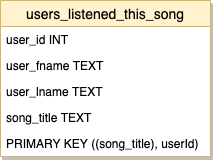
Above: images/users_listened_this_song.png in nataliamele/DEND_Project_1B (draw.io), before the change. Source tidied: cells renumbered, new cells last; positions are measured from the earlier drawing's top-left corner, leaving out a move shared by most shapes.
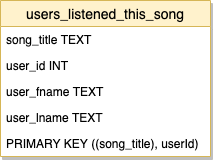
The same file after the commit.

Diff of the diagram source:
```diff
@@ -5,16 +5,16 @@
     <mxCell id="2" value="users_listened_this_song" style="swimlane;fontStyle=0;horizontal=1;startSize=26;fillColor=#fff2cc;swimlaneFillColor=#ffffff;align=center;fontSize=14;strokeColor=#d6b656;rounded=0;comic=0;glass=0;shadow=1;" parent="1" vertex="1">
       <mxGeometry width="210" height="156" as="geometry" />
     </mxCell>
-    <mxCell id="3" value="user_id INT" style="text;strokeColor=none;fillColor=none;spacingLeft=4;spacingRight=4;overflow=hidden;fontSize=12;" parent="2" vertex="1">
+    <mxCell id="3" value="song_title TEXT" style="text;strokeColor=none;fillColor=none;spacingLeft=4;spacingRight=4;overflow=hidden;fontSize=12;" parent="2" vertex="1">
       <mxGeometry y="26" width="210" height="26" as="geometry" />
     </mxCell>
-    <mxCell id="4" value="user_fname TEXT" style="text;strokeColor=none;fillColor=none;spacingLeft=4;spacingRight=4;overflow=hidden;fontSize=12;" parent="2" vertex="1">
+    <mxCell id="4" value="user_id INT" style="text;strokeColor=none;fillColor=none;spacingLeft=4;spacingRight=4;overflow=hidden;fontSize=12;" parent="2" vertex="1">
       <mxGeometry y="52" width="210" height="26" as="geometry" />
     </mxCell>
-    <mxCell id="5" value="user_lname TEXT" style="text;strokeColor=none;fillColor=none;spacingLeft=4;spacingRight=4;overflow=hidden;fontSize=12;" parent="2" vertex="1">
+    <mxCell id="5" value="user_fname TEXT" style="text;strokeColor=none;fillColor=none;spacingLeft=4;spacingRight=4;overflow=hidden;fontSize=12;" parent="2" vertex="1">
       <mxGeometry y="78" width="210" height="26" as="geometry" />
     </mxCell>
-    <mxCell id="6" value="song_title TEXT" style="text;strokeColor=none;fillColor=none;spacingLeft=4;spacingRight=4;overflow=hidden;fontSize=12;" parent="2" vertex="1">
+    <mxCell id="6" value="user_lname TEXT" style="text;strokeColor=none;fillColor=none;spacingLeft=4;spacingRight=4;overflow=hidden;fontSize=12;" parent="2" vertex="1">
       <mxGeometry y="104" width="210" height="26" as="geometry" />
     </mxCell>
     <mxCell id="7" value="PRIMARY KEY ((song_title), userId)" style="text;strokeColor=none;fillColor=none;spacingLeft=4;spacingRight=4;overflow=hidden;fontSize=12;" parent="2" vertex="1">
```
